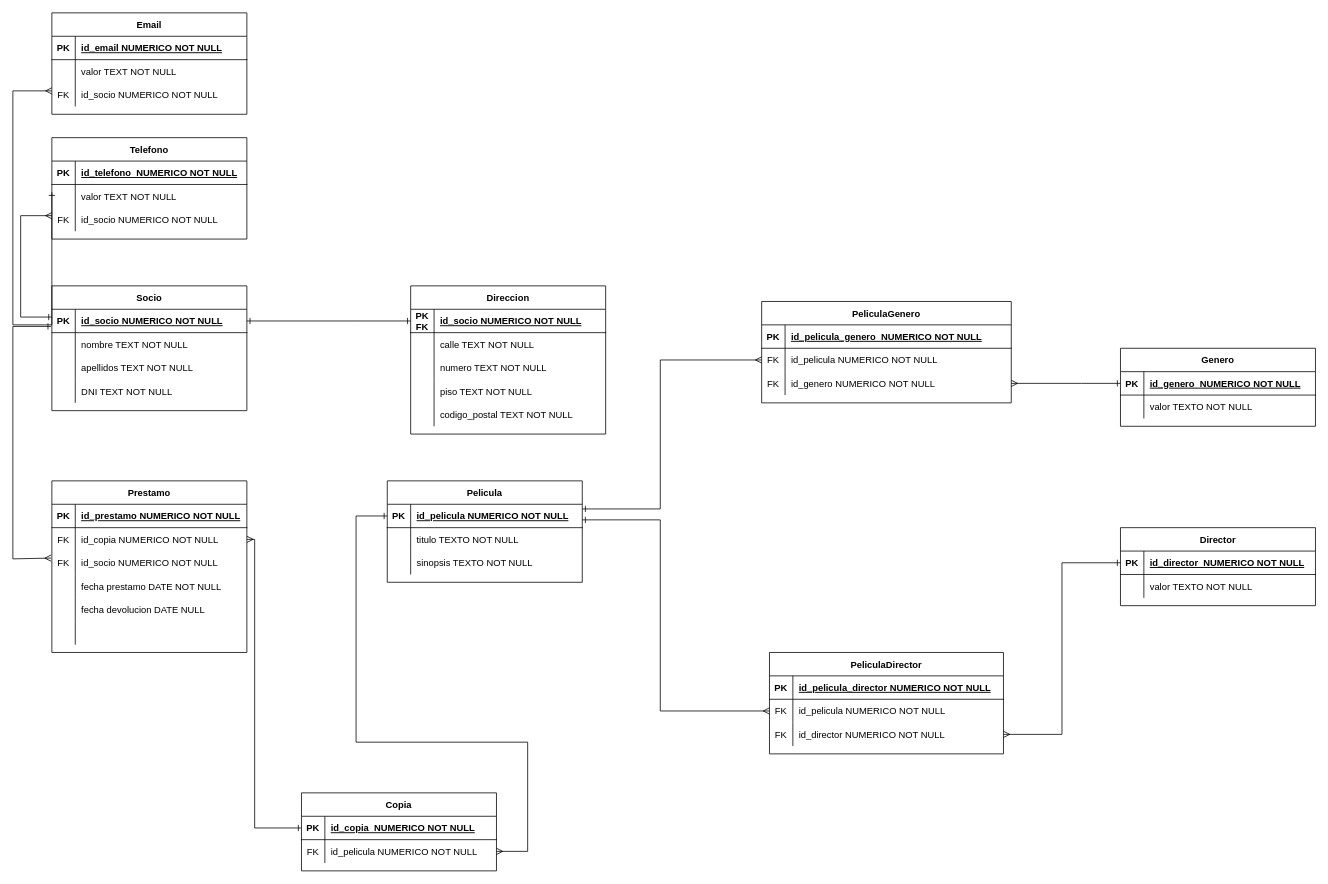
AndreaTJ/entrega-2-becaglovo-modelado keeps this draw.io diagram as videoclub.drawio. Above is the earlier version. Source tidied: cells renumbered, new cells numbered last; positions are measured from the earlier drawing's top-left corner, leaving out a move shared by most shapes. Both pictures are drawn from the tidied source at 78%, with x=0, y=0 at pixel (12, 12).
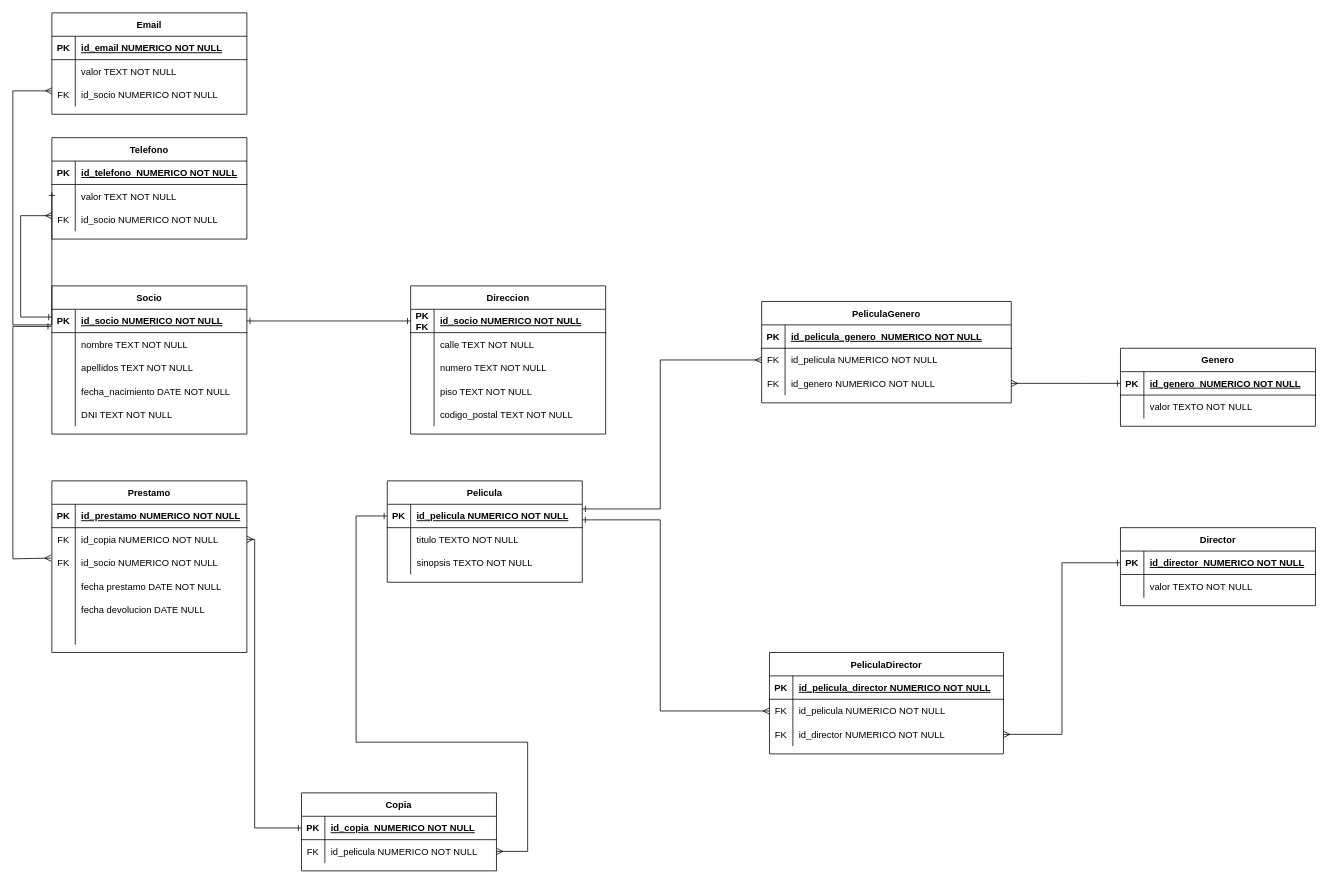
After the change.

Commit message (it also covers changes not shown here):
corregiendo errores

The change refers to these unchanged cells:
```xml
<mxCell id="2" style="group;" parent="1" vertex="1">
  <mxGeometry width="1670" height="1100" as="geometry" />
</mxCell>
<mxCell id="13" style="shape=partialRectangle;fillColor=none;top=0;left=0;right=0;bottom=0;" parent="3" vertex="1">
  <mxGeometry y="120" width="250" height="30" as="geometry" />
</mxCell>
```

Change to the diagram source:
```diff
@@
     <mxCell id="3" value="Socio" style="shape=table;startSize=30;childLayout=tableLayout;rowLines=0;fontStyle=1;align=center;" parent="2" vertex="1">
-      <mxGeometry x="50" y="350" width="250" height="160" as="geometry" />
+      <mxGeometry x="50" y="350" width="250" height="190" as="geometry" />
     </mxCell>
@@
-    <mxCell id="15" value="DNI TEXT NOT NULL" style="shape=partialRectangle;overflow=hidden;fillColor=none;top=0;left=0;bottom=0;right=0;align=left;spacingLeft=6;" parent="13" vertex="1">
+    <mxCell id="15" value="fecha_nacimiento DATE NOT NULL" style="shape=partialRectangle;overflow=hidden;fillColor=none;top=0;left=0;bottom=0;right=0;align=left;spacingLeft=6;" parent="13" vertex="1">
       <mxGeometry x="30" width="220" height="30" as="geometry" />
     </mxCell>
+    <mxCell id="132" style="shape=partialRectangle;fillColor=none;top=0;left=0;right=0;bottom=0;" parent="3" vertex="1">
+      <mxGeometry y="150" width="250" height="30" as="geometry" />
+    </mxCell>
+    <mxCell id="133" style="shape=partialRectangle;overflow=hidden;fillColor=none;top=0;left=0;bottom=0;right=0;" parent="132" vertex="1">
+      <mxGeometry width="30" height="30" as="geometry" />
+    </mxCell>
+    <mxCell id="134" value="DNI TEXT NOT NULL" style="shape=partialRectangle;overflow=hidden;fillColor=none;top=0;left=0;bottom=0;right=0;align=left;spacingLeft=6;" parent="132" vertex="1">
+      <mxGeometry x="30" width="220" height="30" as="geometry" />
+    </mxCell>
```
